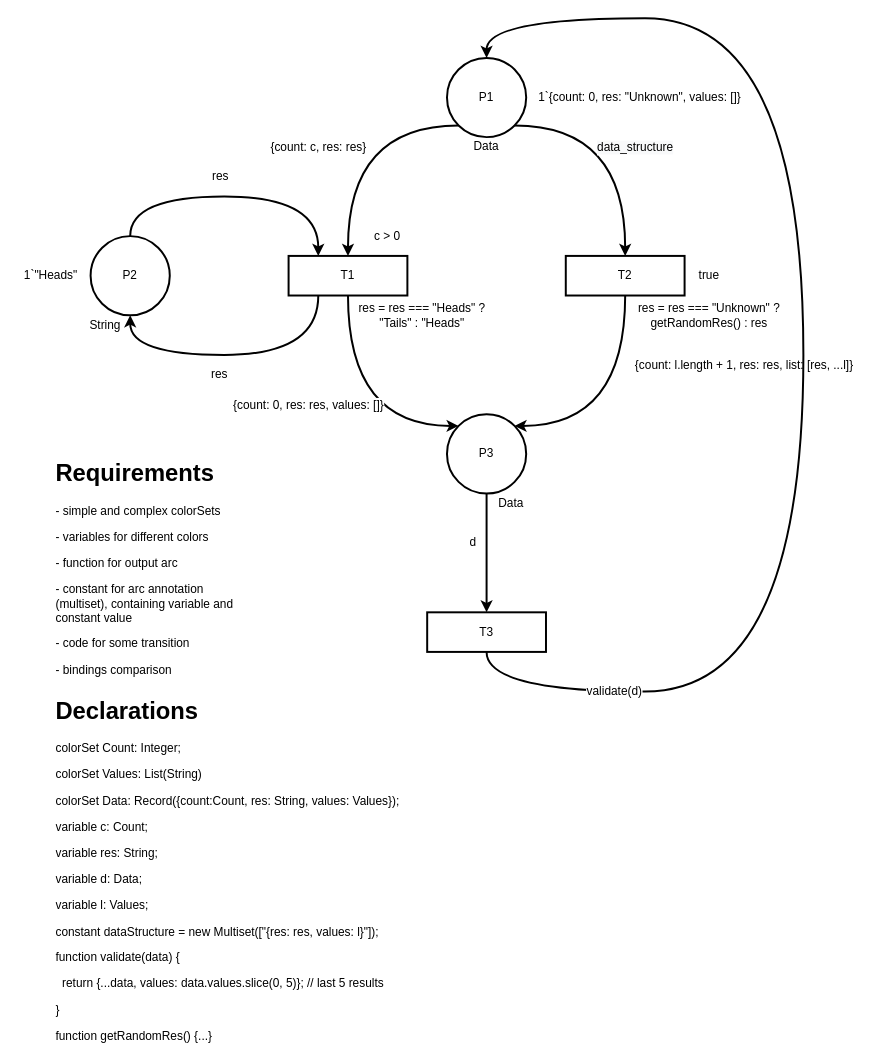
valooford/OntoNet-CPN keeps this draw.io diagram as page "Heads and Tails" (3 of 5) of docs/Experimental-Nets.drawio. Above is the earlier version. Source tidied: cells renumbered, new cells numbered last; positions are measured from the earlier drawing's top-left corner, leaving out a move shared by most shapes. Both pictures are drawn from the tidied source at 99%, with x=0, y=0 at pixel (31, 18).
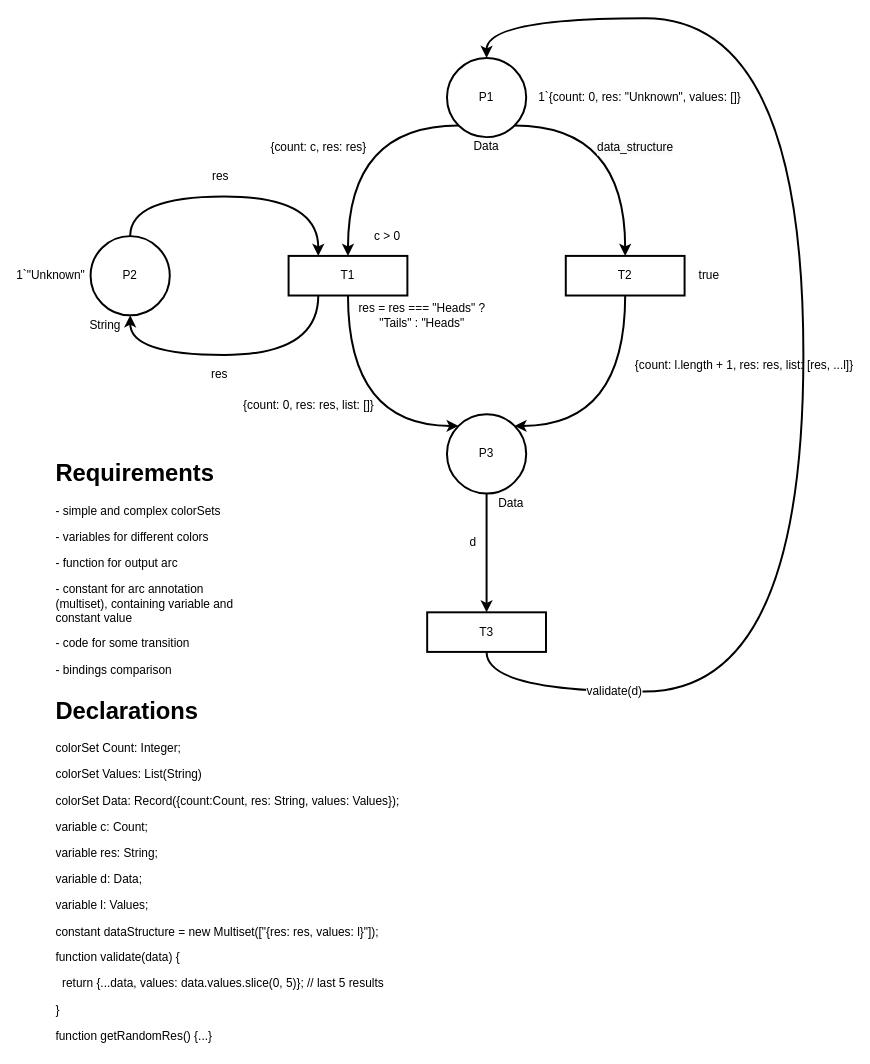
Above is the later version.

Commit message:
New version of the philosophers net have been added

Unchanged cells that the change refers to:
```xml
<mxCell id="7" value="T1" style="rounded=0;whiteSpace=wrap;html=1;strokeWidth=2;" parent="1" vertex="1">
  <mxGeometry x="260" y="240" width="120" height="40" as="geometry" />
</mxCell>
<mxCell id="12" value="P3" style="ellipse;whiteSpace=wrap;html=1;strokeWidth=2;" parent="1" vertex="1">
  <mxGeometry x="420" y="400" width="80" height="80" as="geometry" />
</mxCell>
```

Diff of the diagram source:
```diff
@@
-    <mxCell id="6" value="&lt;span style=&quot;color: rgb(0 , 0 , 0) ; font-family: &amp;#34;helvetica&amp;#34; ; font-size: 12px ; font-style: normal ; font-weight: 400 ; letter-spacing: normal ; text-align: center ; text-indent: 0px ; text-transform: none ; word-spacing: 0px ; background-color: rgb(255 , 255 , 255) ; display: inline ; float: none&quot;&gt;{count: 0, res: res, values: []}&lt;/span&gt;" style="edgeStyle=orthogonalEdgeStyle;curved=1;rounded=0;jettySize=auto;html=1;exitX=0.5;exitY=1;exitDx=0;exitDy=0;entryX=0;entryY=0;entryDx=0;entryDy=0;strokeWidth=2;" parent="1" edge="1" source="7" target="12">
+    <mxCell id="6" value="&lt;span style=&quot;color: rgb(0 , 0 , 0) ; font-family: &amp;#34;helvetica&amp;#34; ; font-size: 12px ; font-style: normal ; font-weight: 400 ; letter-spacing: normal ; text-align: center ; text-indent: 0px ; text-transform: none ; word-spacing: 0px ; background-color: rgb(255 , 255 , 255) ; display: inline ; float: none&quot;&gt;{count: 0, res: res, list: []}&lt;/span&gt;" style="edgeStyle=orthogonalEdgeStyle;curved=1;rounded=0;jettySize=auto;html=1;exitX=0.5;exitY=1;exitDx=0;exitDy=0;entryX=0;entryY=0;entryDx=0;entryDy=0;strokeWidth=2;" parent="1" edge="1" source="7" target="12">
       <mxGeometry x="0.08" y="-20" relative="1" as="geometry">
         <Array as="points">
           <mxPoint x="320" y="412" />
         </Array>
         <mxPoint x="-20" y="-20" as="offset" />
       </mxGeometry>
     </mxCell>
@@
-    <mxCell id="21" value="1`&quot;Heads&quot;" style="text;html=1;strokeColor=none;fillColor=none;align=center;verticalAlign=middle;whiteSpace=wrap;rounded=0;" parent="1" vertex="1">
+    <mxCell id="21" value="1`&quot;Unknown&quot;" style="text;html=1;strokeColor=none;fillColor=none;align=center;verticalAlign=middle;whiteSpace=wrap;rounded=0;" parent="1" vertex="1">
       <mxGeometry y="250" width="40" height="20" as="geometry" />
     </mxCell>
@@
-    <mxCell id="28" value="res = res === &quot;Unknown&quot; ? getRandomRes() : res" style="text;html=1;strokeColor=none;fillColor=none;align=center;verticalAlign=middle;whiteSpace=wrap;rounded=0;" parent="1" vertex="1">
-      <mxGeometry x="610" y="290" width="150" height="20" as="geometry" />
-    </mxCell>
```
